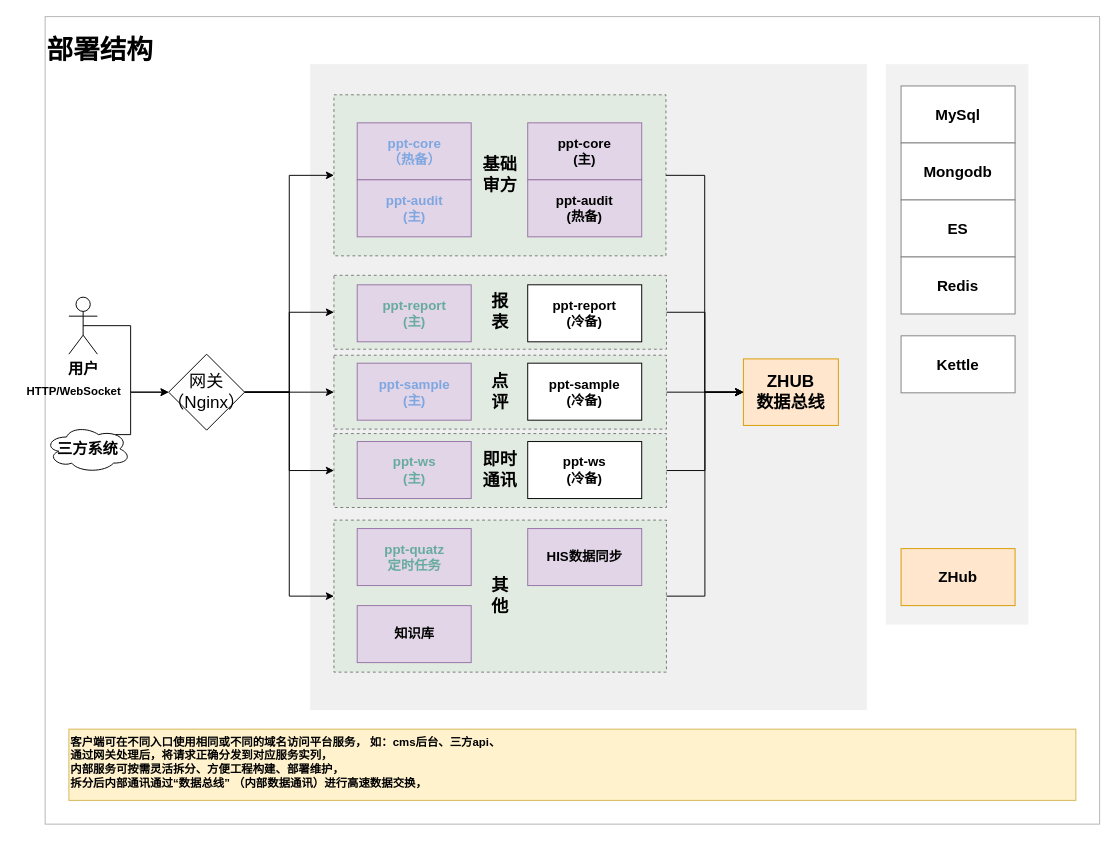
Before: page "【部署架构】" (2 of 4) of 未命名绘图.drawio in tc608/dfile, a draw.io diagram. Source tidied: cells renumbered, new cells numbered last; positions are measured from the earlier drawing's top-left corner, leaving out a move shared by most shapes. Both pictures are drawn from the tidied source at 95%, with x=0, y=0 at pixel (16, 16).
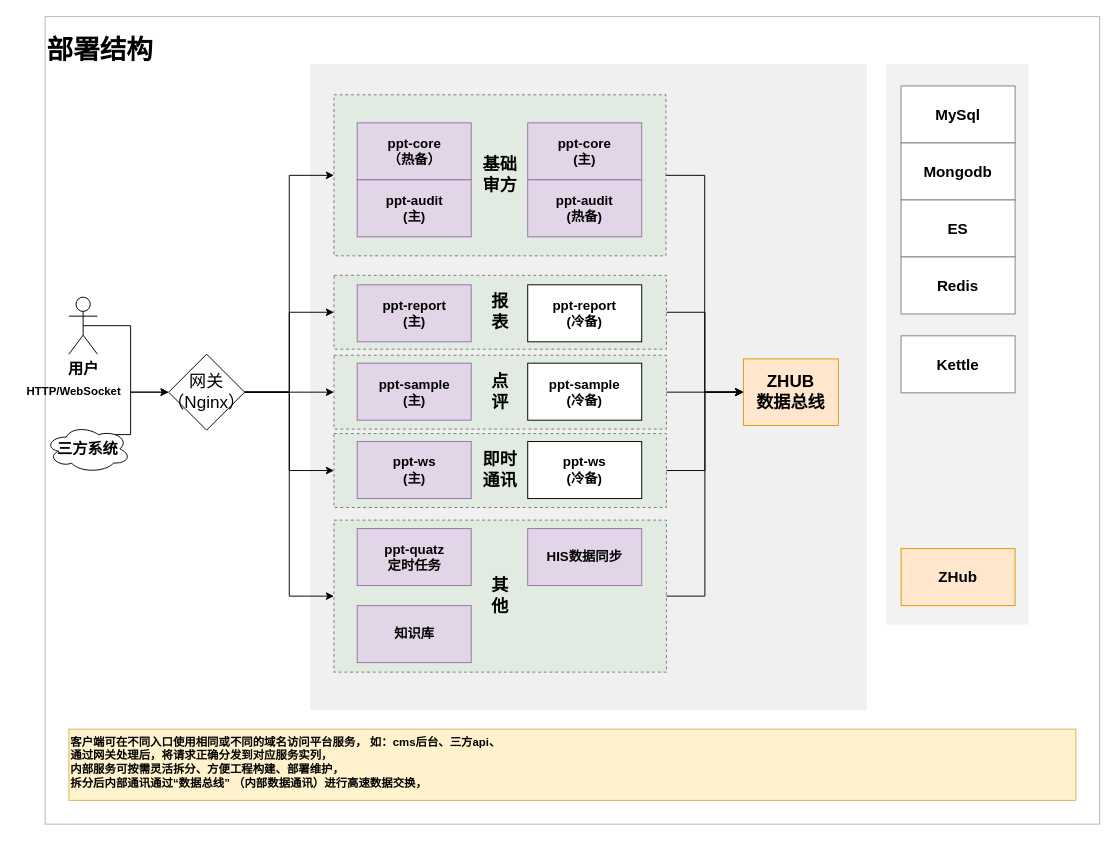
Above is the later version.

Commit message:
更新未命名绘图.drawio

The change refers to these unchanged cells:
```xml
<mxCell id="18" style="group;fontSize=18;" parent="1" vertex="1">
  <mxGeometry x="334" y="82.3" width="350" height="434.4" as="geometry" />
</mxCell>
```

What changed in the source:
```diff
@@
-    <mxCell id="23" value="ppt-core&lt;br style=&quot;border-color: var(--border-color); font-size: 14px;&quot;&gt;（热备）" style="whiteSpace=wrap;html=1;fillColor=#e1d5e7;strokeColor=#9673a6;fontStyle=1;fontSize=14;fontColor=#7EA6E0;" parent="18" vertex="1">
+    <mxCell id="23" value="ppt-core&lt;br style=&quot;border-color: var(--border-color); font-size: 14px;&quot;&gt;（热备）" style="whiteSpace=wrap;html=1;fillColor=#e1d5e7;strokeColor=#9673a6;fontStyle=1;fontSize=14;fontColor=default;" parent="18" vertex="1">
       <mxGeometry x="24.5" y="29.5" width="120" height="60" as="geometry" />
     </mxCell>
-    <mxCell id="24" value="ppt-audit&lt;br style=&quot;border-color: var(--border-color); font-size: 14px;&quot;&gt;(主)" style="whiteSpace=wrap;html=1;fillColor=#e1d5e7;strokeColor=#9673a6;fontStyle=1;fontSize=14;fontColor=#7EA6E0;" parent="18" vertex="1">
+    <mxCell id="24" value="ppt-audit&lt;br style=&quot;border-color: var(--border-color); font-size: 14px;&quot;&gt;(主)" style="whiteSpace=wrap;html=1;fillColor=#e1d5e7;strokeColor=#9673a6;fontStyle=1;fontSize=14;fontColor=default;" parent="18" vertex="1">
       <mxGeometry x="24.5" y="89.5" width="120" height="60" as="geometry" />
     </mxCell>
-    <mxCell id="25" value="ppt-report&lt;br style=&quot;font-size: 14px;&quot;&gt;(主)" style="whiteSpace=wrap;html=1;fontStyle=1;fillColor=#e1d5e7;strokeColor=#9673a6;fontSize=14;fontColor=#67AB9F;" parent="18" vertex="1">
+    <mxCell id="25" value="ppt-report&lt;br style=&quot;font-size: 14px;&quot;&gt;(主)" style="whiteSpace=wrap;html=1;fontStyle=1;fillColor=#e1d5e7;strokeColor=#9673a6;fontSize=14;fontColor=default;" parent="18" vertex="1">
       <mxGeometry x="24.5" y="200" width="120" height="60" as="geometry" />
     </mxCell>
-    <mxCell id="26" value="ppt-sample&lt;br style=&quot;border-color: var(--border-color); font-size: 14px;&quot;&gt;(主)" style="whiteSpace=wrap;html=1;fontStyle=1;fillColor=#e1d5e7;strokeColor=#9673a6;fontSize=14;fontColor=#7EA6E0;" parent="18" vertex="1">
+    <mxCell id="26" value="ppt-sample&lt;br style=&quot;border-color: var(--border-color); font-size: 14px;&quot;&gt;(主)" style="whiteSpace=wrap;html=1;fontStyle=1;fillColor=#e1d5e7;strokeColor=#9673a6;fontSize=14;fontColor=default;" parent="18" vertex="1">
       <mxGeometry x="24.5" y="282.5" width="120" height="60" as="geometry" />
     </mxCell>
-    <mxCell id="27" value="ppt-ws&lt;br style=&quot;font-size: 14px;&quot;&gt;(主)" style="whiteSpace=wrap;html=1;fontStyle=1;fillColor=#e1d5e7;strokeColor=#9673a6;fontSize=14;fontColor=#67AB9F;" parent="18" vertex="1">
+    <mxCell id="27" value="ppt-ws&lt;br style=&quot;font-size: 14px;&quot;&gt;(主)" style="whiteSpace=wrap;html=1;fontStyle=1;fillColor=#e1d5e7;strokeColor=#9673a6;fontSize=14;fontColor=default;" parent="18" vertex="1">
       <mxGeometry x="24.5" y="365" width="120" height="60" as="geometry" />
     </mxCell>
@@
-    <mxCell id="35" value="ppt-quatz&lt;br&gt;定时任务" style="whiteSpace=wrap;html=1;fontStyle=1;fillColor=#e1d5e7;strokeColor=#9673a6;fontSize=14;fontColor=#67AB9F;" parent="1" vertex="1">
+    <mxCell id="35" value="ppt-quatz&lt;br&gt;定时任务" style="whiteSpace=wrap;html=1;fontStyle=1;fillColor=#e1d5e7;strokeColor=#9673a6;fontSize=14;fontColor=default;" parent="1" vertex="1">
       <mxGeometry x="358.5" y="538.9" width="120" height="60" as="geometry" />
     </mxCell>
```
